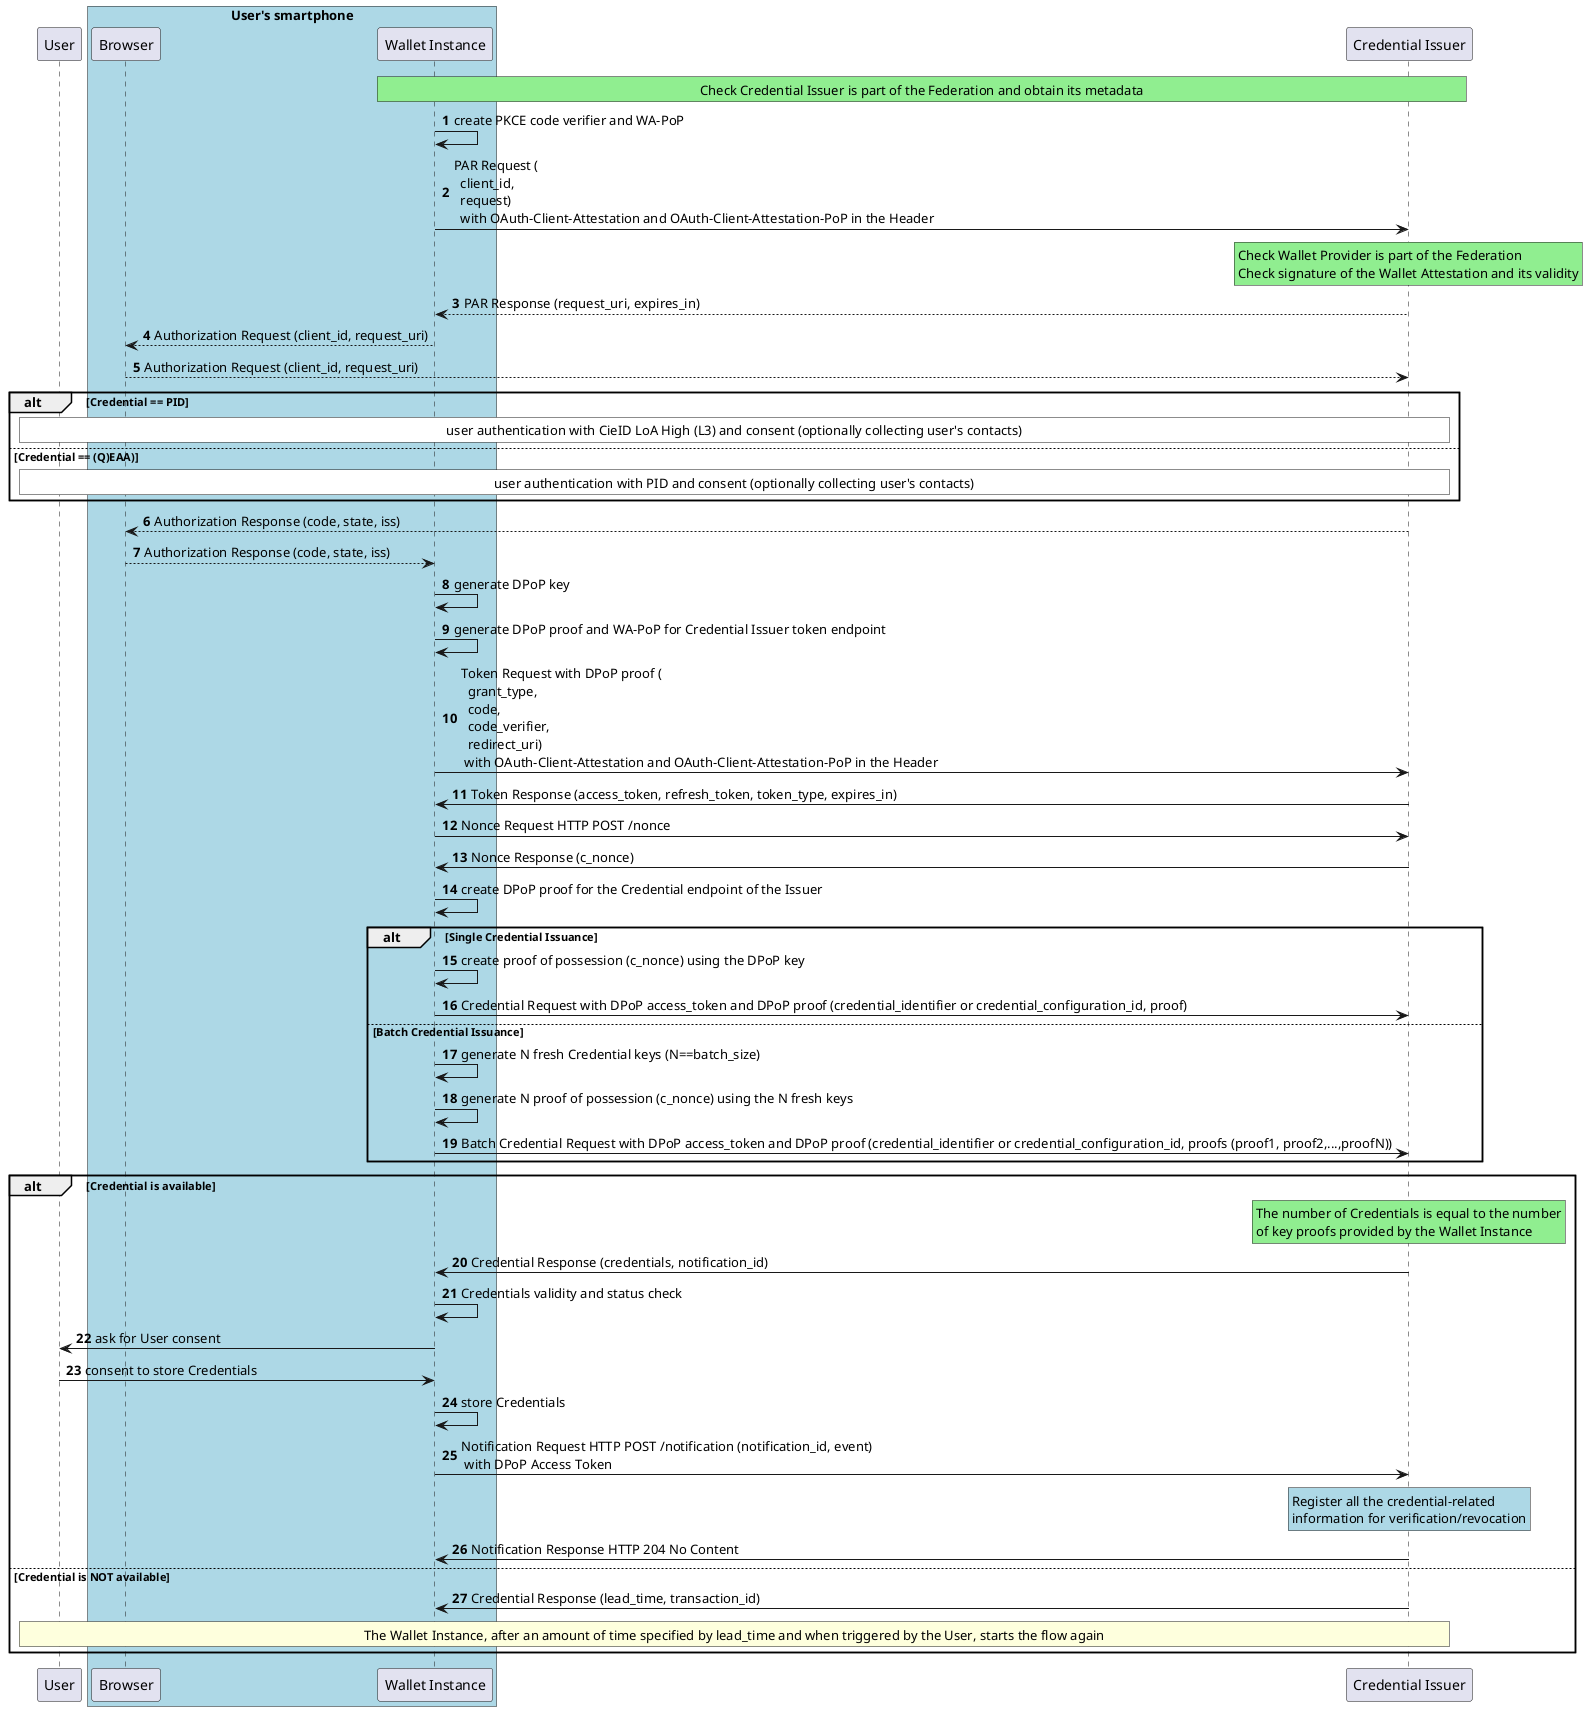
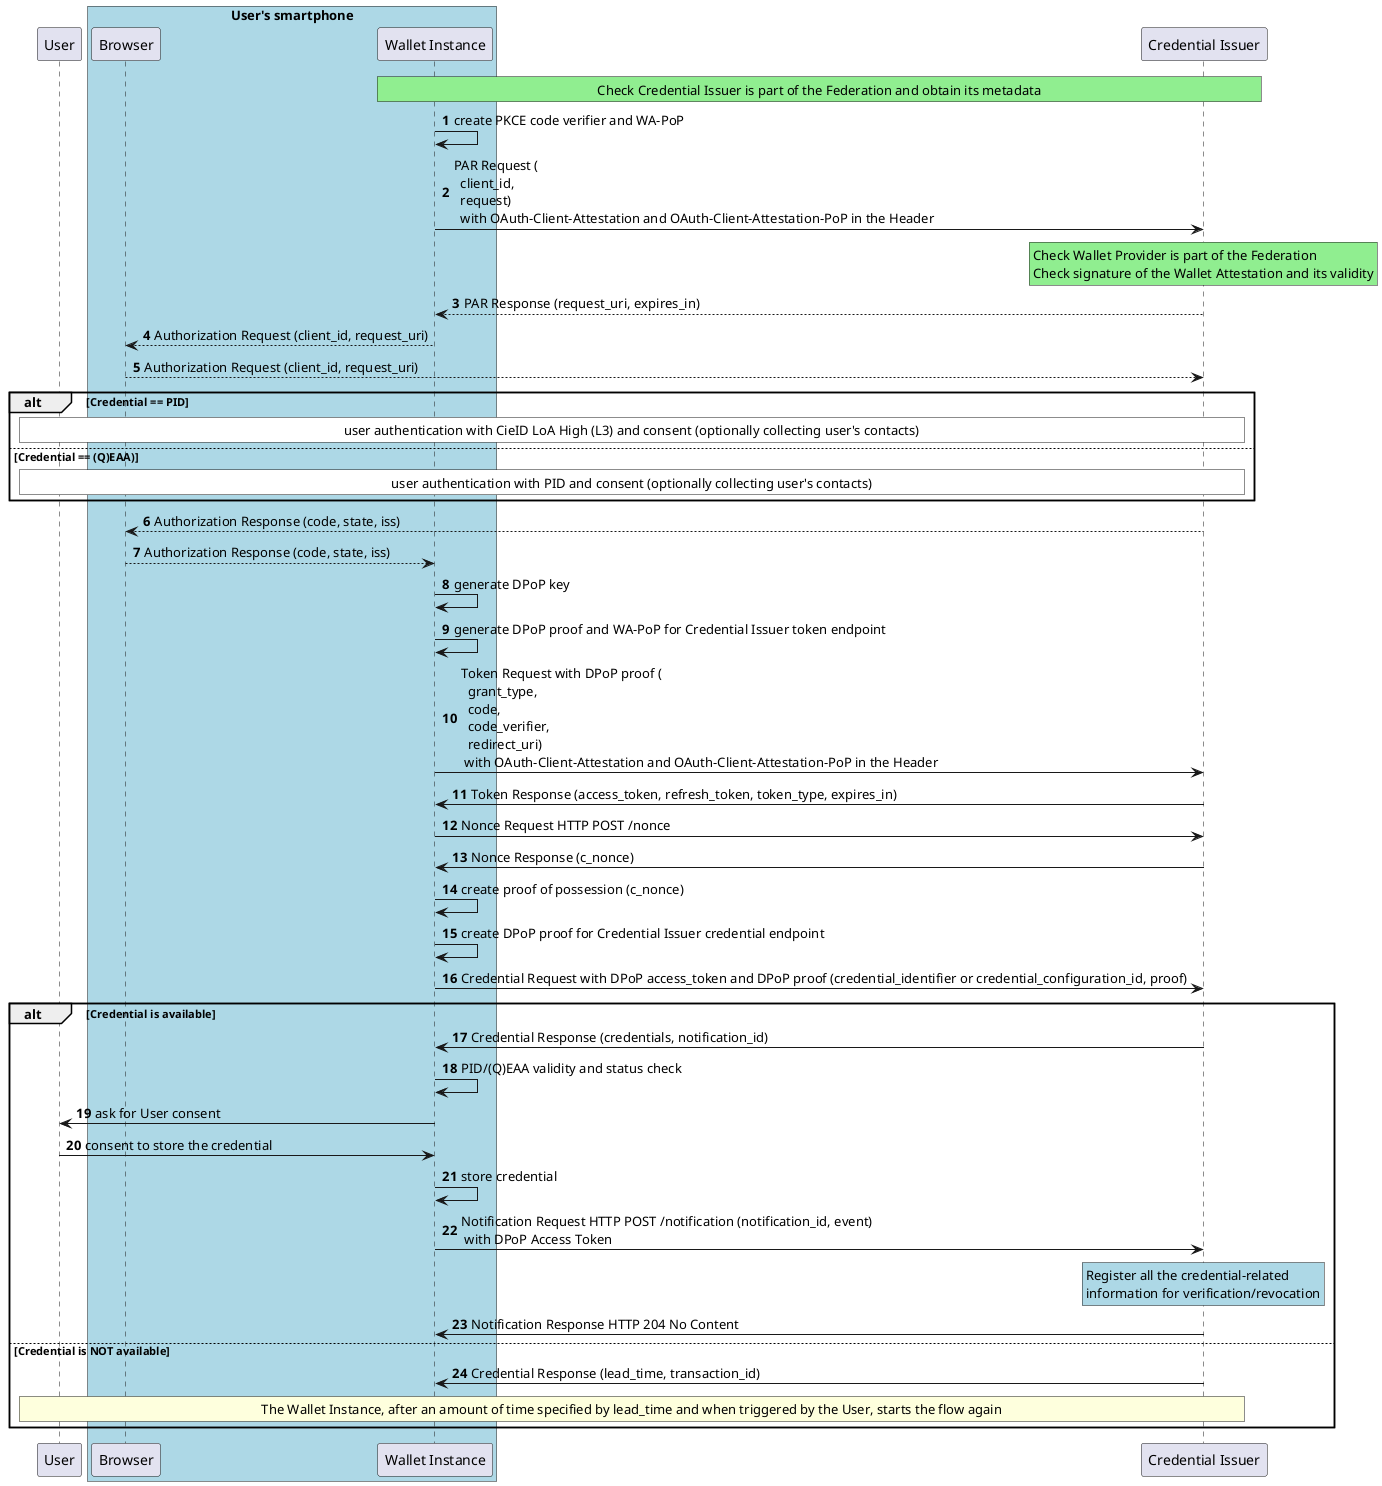
@startuml Credential Issuance Low-Level Flow
autonumber

participant "User" as u

box "User's smartphone" #LightBlue
participant "Browser" as ua
participant "Wallet Instance" as w
end box

participant "Credential Issuer" as i

- 
- 
rnote over w,i #LIGHTGREEN
Check Credential Issuer is part of the Federation and obtain its metadata
endrnote
- 

w -> w : create PKCE code verifier and WA-PoP

w -> i : PAR Request (\n  client_id,\n  request) \n  with OAuth-Client-Attestation and OAuth-Client-Attestation-PoP in the Header
rnote over i #LIGHTGREEN
Check Wallet Provider is part of the Federation
Check signature of the Wallet Attestation and its validity
endrnote


i --> w : PAR Response (request_uri, expires_in)


w --> ua: Authorization Request (client_id, request_uri)
ua --> i: Authorization Request (client_id, request_uri)

alt Credential == PID
rnote over i,u #WHITE
user authentication with CieID LoA High (L3) and consent (optionally collecting user's contacts)
endrnote
else Credential == (Q)EAA)
rnote over i,u #WHITE
user authentication with PID and consent (optionally collecting user's contacts)
endrnote
end

i --> ua : Authorization Response (code, state, iss)
ua --> w : Authorization Response (code, state, iss)

w -> w : generate DPoP key

w -> w : generate DPoP proof and WA-PoP for Credential Issuer token endpoint


w -> i : Token Request with DPoP proof (\n  grant_type,\n  code,\n  code_verifier,\n  redirect_uri) \n with OAuth-Client-Attestation and OAuth-Client-Attestation-PoP in the Header

i -> w : Token Response (access_token, refresh_token, token_type, expires_in)

w -> i : Nonce Request HTTP POST /nonce

i -> w : Nonce Response (c_nonce)
- w  -> w : create DPoP proof for the Credential endpoint of the Issuer

- alt Single Credential Issuance
+ w -> w : create proof of possession (c_nonce)

- w -> w : create proof of possession (c_nonce) using the DPoP key
+ w  -> w : create DPoP proof for Credential Issuer credential endpoint
+ 
w -> i : Credential Request with DPoP access_token and DPoP proof (credential_identifier or credential_configuration_id, proof)
- 
- else Batch Credential Issuance
- 
- w -> w : generate N fresh Credential keys (N==batch_size)
- w -> w : generate N proof of possession (c_nonce) using the N fresh keys
- w -> i : Batch Credential Request with DPoP access_token and DPoP proof (credential_identifier or credential_configuration_id, proofs (proof1, proof2,...,proofN))
- 
- end

alt Credential is available

- rnote over i #LIGHTGREEN
- The number of Credentials is equal to the number
- of key proofs provided by the Wallet Instance
- endrnote

i -> w : Credential Response (credentials, notification_id)

- w -> w : Credentials validity and status check
+ w -> w : PID/(Q)EAA validity and status check

w -> u : ask for User consent
- u -> w : consent to store Credentials
+ u -> w : consent to store the credential

- w -> w : store Credentials
+ w -> w : store credential

w -> i : Notification Request HTTP POST /notification (notification_id, event) \n with DPoP Access Token

rnote over i #LIGHTBLUE
Register all the credential-related
information for verification/revocation
endrnote

i -> w : Notification Response HTTP 204 No Content

else Credential is NOT available
i -> w : Credential Response (lead_time, transaction_id)
rnote over u,i
The Wallet Instance, after an amount of time specified by lead_time and when triggered by the User, starts the flow again
endrnote
end
@enduml